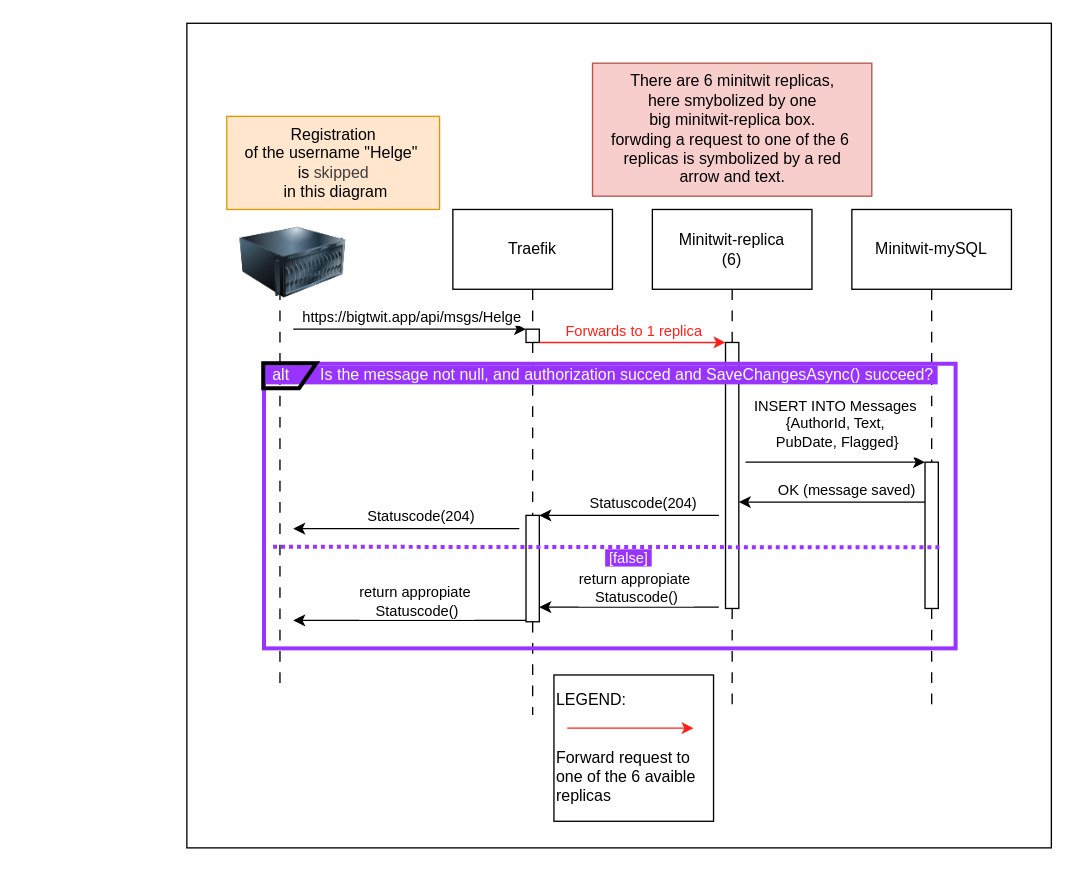
Earlier version of the draw.io diagram report/diagrams/interactions_api.drawio (ITU-DevOps2026/ITU-minitwit). Source tidied: cells renumbered, new cells numbered last; positions are measured from the earlier drawing's top-left corner, leaving out a move shared by most shapes. Both pictures are drawn from the tidied source at 133%, with x=0, y=0 at pixel (186, 23).
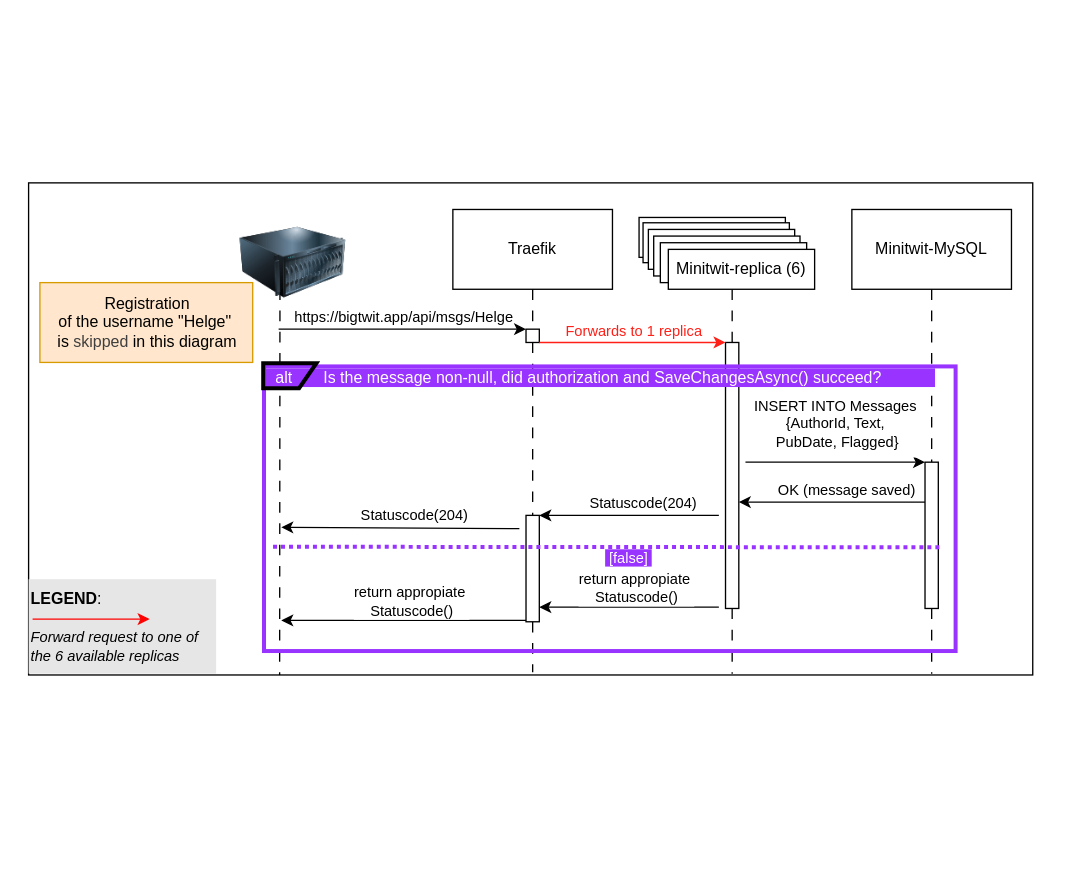
The same diagram, later.

The change refers to these unchanged cells:
```xml
<mxCell id="9" style="rounded=0;whiteSpace=wrap;html=1;" parent="1" vertex="1">
  <mxGeometry x="405" y="240" width="10" height="200" as="geometry" />
</mxCell>
<mxCell id="22" style="rounded=0;whiteSpace=wrap;html=1;" parent="1" vertex="1">
  <mxGeometry x="555" y="330" width="10" height="110" as="geometry" />
</mxCell>
<mxCell id="28" style="rounded=0;whiteSpace=wrap;html=1;" parent="1" vertex="1">
  <mxGeometry x="255" y="370" width="10" height="80" as="geometry" />
</mxCell>
```

Change to the diagram source:
```diff
@@
     <mxCell id="2" style="rounded=0;whiteSpace=wrap;html=1;" parent="1" vertex="1">
-      <mxGeometry width="650" height="620" as="geometry" />
+      <mxGeometry x="-119" y="120" width="755" height="370" as="geometry" />
     </mxCell>
     <mxCell id="3" style="edgeStyle=none;html=1;exitX=0.5;exitY=1;exitDx=0;exitDy=0;dashed=1;dashPattern=8 8;endArrow=none;endFill=0;" parent="1" edge="1" source="28">
       <mxGeometry relative="1" as="geometry">
-        <mxPoint x="260" y="520" as="targetPoint" />
+        <mxPoint x="260" y="488" as="targetPoint" />
       </mxGeometry>
     </mxCell>
-    <mxCell id="4" value="Minitwit-replica&lt;br&gt;(6)" style="rounded=0;whiteSpace=wrap;html=1;" parent="1" vertex="1">
-      <mxGeometry x="350" y="140" width="120" height="60" as="geometry" />
-    </mxCell>
@@
-    <mxCell id="8" style="edgeStyle=none;html=1;exitX=0.5;exitY=1;exitDx=0;exitDy=0;dashed=1;dashPattern=8 8;endArrow=none;endFill=0;" parent="1" edge="1" source="4" target="9">
-      <mxGeometry relative="1" as="geometry" />
+    <mxCell id="8" style="edgeStyle=none;html=1;exitX=0.5;exitY=1;exitDx=0;exitDy=0;dashed=1;dashPattern=8 8;endArrow=none;endFill=0;" parent="1" edge="1" target="9">
+      <mxGeometry relative="1" as="geometry">
+        <mxPoint x="410" y="200" as="sourcePoint" />
+      </mxGeometry>
     </mxCell>
@@
-    <mxCell id="12" value="There are 6 minitwit replicas,&lt;div&gt;&amp;nbsp;here smybolized by one&amp;nbsp;&lt;/div&gt;&lt;div&gt;big minitwit-replica box.&lt;/div&gt;&lt;div&gt;forwding a request to one of the 6&amp;nbsp;&lt;/div&gt;&lt;div&gt;replicas is symbolized by a red&lt;/div&gt;&lt;div&gt;arrow and text.&lt;/div&gt;" style="text;html=1;align=center;verticalAlign=middle;strokeColor=#b85450;fillColor=#f8cecc;" parent="1" vertex="1">
-      <mxGeometry x="305" y="30" width="210" height="100" as="geometry" />
-    </mxCell>
-    <mxCell id="13" value="Registration&lt;div&gt;of the username &quot;Helge&quot;&amp;nbsp;&lt;/div&gt;&lt;div&gt;is&amp;nbsp;&lt;span style=&quot;color: rgb(63, 63, 63); background-color: transparent;&quot;&gt;skipped&lt;/span&gt;&lt;/div&gt;&lt;div&gt;&amp;nbsp;in this diagram&lt;/div&gt;" style="text;html=1;align=center;verticalAlign=middle;strokeColor=#d79b00;fillColor=#ffe6cc;" parent="1" vertex="1">
-      <mxGeometry x="30" y="70" width="160" height="70" as="geometry" />
+    <mxCell id="13" value="&lt;font style=&quot;color: rgb(0, 0, 0);&quot;&gt;Registration&lt;/font&gt;&lt;div&gt;&lt;span style=&quot;background-color: transparent;&quot;&gt;&lt;font style=&quot;color: rgb(0, 0, 0);&quot;&gt;of the username &quot;Helge&quot;&amp;nbsp;&lt;/font&gt;&lt;/span&gt;&lt;div&gt;&lt;font style=&quot;color: rgb(0, 0, 0);&quot;&gt;is&amp;nbsp;&lt;span style=&quot;background-color: transparent; color: rgb(63, 63, 63);&quot;&gt;skipped&amp;nbsp;&lt;/span&gt;&lt;span style=&quot;background-color: transparent;&quot;&gt;in this diagram&lt;/span&gt;&lt;/font&gt;&lt;/div&gt;&lt;/div&gt;" style="text;html=1;align=center;verticalAlign=middle;strokeColor=#d79b00;fillColor=#ffe6cc;" parent="1" vertex="1">
+      <mxGeometry x="-110.5" y="195" width="160" height="60" as="geometry" />
     </mxCell>
-    <mxCell id="14" value="Minitwit-mySQL" style="rounded=0;whiteSpace=wrap;html=1;" parent="1" vertex="1">
+    <mxCell id="14" value="Minitwit-MySQL" style="rounded=0;whiteSpace=wrap;html=1;" parent="1" vertex="1">
       <mxGeometry x="500" y="140" width="120" height="60" as="geometry" />
     </mxCell>
     <mxCell id="15" style="edgeStyle=none;html=1;exitX=0.5;exitY=1;exitDx=0;exitDy=0;dashed=1;dashPattern=8 8;endArrow=none;endFill=0;" parent="1" edge="1" source="22">
       <mxGeometry relative="1" as="geometry">
-        <mxPoint x="560" y="520" as="targetPoint" />
+        <mxPoint x="560" y="489" as="targetPoint" />
       </mxGeometry>
     </mxCell>
     <mxCell id="16" style="endArrow=classic;html=1;entryX=0;entryY=0;entryDx=0;entryDy=0;" parent="1" edge="1">
       <mxGeometry relative="1" as="geometry">
-        <mxPoint x="80" y="230" as="sourcePoint" />
+        <mxPoint x="69" y="230" as="sourcePoint" />
         <mxPoint x="255" y="230" as="targetPoint" />
       </mxGeometry>
     </mxCell>
@@
     <mxCell id="18" style="edgeStyle=none;html=1;exitX=0.5;exitY=1;exitDx=0;exitDy=0;dashed=1;dashPattern=8 8;endArrow=none;endFill=0;" parent="1" edge="1" source="9">
       <mxGeometry relative="1" as="geometry">
-        <mxPoint x="410" y="520" as="targetPoint" />
+        <mxPoint x="410" y="489" as="targetPoint" />
       </mxGeometry>
     </mxCell>
-    <mxCell id="19" value="LEGEND:&lt;div&gt;&lt;font color=&quot;#000000&quot;&gt;&lt;br&gt;&lt;/font&gt;&lt;/div&gt;&lt;div&gt;&lt;font color=&quot;#000000&quot;&gt;&lt;br&gt;&lt;/font&gt;&lt;div&gt;Forward request to one of the 6 avaible replicas&lt;/div&gt;&lt;/div&gt;" style="rounded=0;whiteSpace=wrap;html=1;align=left;" parent="1" vertex="1">
-      <mxGeometry x="276" y="490" width="120" height="110" as="geometry" />
-    </mxCell>
-    <mxCell id="20" style="endArrow=classic;html=1;exitX=1;exitY=1;exitDx=0;exitDy=0;strokeColor=#FF2018;" parent="1" edge="1">
-      <mxGeometry relative="1" as="geometry">
-        <mxPoint x="286" y="530" as="sourcePoint" />
-        <mxPoint x="381" y="530" as="targetPoint" />
-      </mxGeometry>
-    </mxCell>
@@
-    <mxCell id="29" style="edgeStyle=none;html=1;dashed=1;endArrow=none;endFill=0;dashPattern=8 8;exitX=0.5;exitY=1;exitDx=0;exitDy=0;" parent="1" edge="1">
+    <mxCell id="29" style="edgeStyle=none;html=1;dashed=1;endArrow=none;endFill=0;dashPattern=8 8;exitX=0.5;exitY=1;exitDx=0;exitDy=0;entryX=0.25;entryY=1;entryDx=0;entryDy=0;" parent="1" edge="1" target="2">
       <mxGeometry relative="1" as="geometry">
         <mxPoint x="70" y="200" as="sourcePoint" />
-        <mxPoint x="70" y="500" as="targetPoint" />
       </mxGeometry>
     </mxCell>
@@
     <mxCell id="33" style="endArrow=classic;html=1;" parent="1" edge="1">
       <mxGeometry relative="1" as="geometry">
         <mxPoint x="250" y="380" as="sourcePoint" />
-        <mxPoint x="80" y="380" as="targetPoint" />
+        <mxPoint x="71" y="379" as="targetPoint" />
       </mxGeometry>
     </mxCell>
@@
     <mxCell id="37" style="endArrow=classic;html=1;" parent="1" edge="1">
       <mxGeometry relative="1" as="geometry">
         <mxPoint x="255" y="449" as="sourcePoint" />
-        <mxPoint x="80" y="449" as="targetPoint" />
+        <mxPoint x="71" y="449" as="targetPoint" />
       </mxGeometry>
     </mxCell>
@@
-    <mxCell id="39" value="&lt;span style=&quot;&quot;&gt;&lt;font style=&quot;color: rgb(255, 255, 255);&quot;&gt;&amp;nbsp; alt&amp;nbsp; &amp;nbsp; &amp;nbsp; &amp;nbsp;Is the message not null, and authorization succed and&amp;nbsp;SaveChangesAsync() succeed?&amp;nbsp;&lt;/font&gt;&lt;/span&gt;" style="rounded=0;whiteSpace=wrap;html=1;fillColor=none;strokeColor=#9933FF;labelBackgroundColor=light-dark(#9933FF,#A95100);labelBorderColor=none;spacingTop=0;spacing=-16;spacingLeft=-13;labelPosition=center;verticalLabelPosition=top;align=center;verticalAlign=bottom;spacingRight=0;strokeWidth=3;" parent="1" vertex="1">
-      <mxGeometry x="58" y="256" width="520" height="214" as="geometry" />
+    <mxCell id="39" value="&lt;span style=&quot;&quot;&gt;&lt;font style=&quot;color: rgb(255, 255, 255);&quot;&gt;&amp;nbsp; alt&amp;nbsp; &amp;nbsp; &amp;nbsp; &amp;nbsp;Is the message non-null, did authorization and&amp;nbsp;SaveChangesAsync() succeed?&amp;nbsp; &amp;nbsp; &amp;nbsp; &amp;nbsp; &amp;nbsp; &amp;nbsp;&amp;nbsp;&lt;/font&gt;&lt;/span&gt;" style="rounded=0;whiteSpace=wrap;html=1;fillColor=none;strokeColor=#9933FF;labelBackgroundColor=light-dark(#9933FF,#A95100);labelBorderColor=none;spacingTop=0;spacing=-16;spacingLeft=-13;labelPosition=center;verticalLabelPosition=top;align=center;verticalAlign=bottom;spacingRight=0;strokeWidth=3;" parent="1" vertex="1">
+      <mxGeometry x="58" y="258" width="520" height="214" as="geometry" />
     </mxCell>
@@
+    <mxCell id="43" style="rounded=0;whiteSpace=wrap;html=1;" parent="1" vertex="1">
+      <mxGeometry x="340" y="146" width="110" height="30" as="geometry" />
+    </mxCell>
+    <mxCell id="44" style="rounded=0;whiteSpace=wrap;html=1;" parent="1" vertex="1">
+      <mxGeometry x="343" y="150" width="110" height="30" as="geometry" />
+    </mxCell>
+    <mxCell id="45" style="rounded=0;whiteSpace=wrap;html=1;" parent="1" vertex="1">
+      <mxGeometry x="347" y="155" width="110" height="30" as="geometry" />
+    </mxCell>
+    <mxCell id="46" style="rounded=0;whiteSpace=wrap;html=1;" parent="1" vertex="1">
+      <mxGeometry x="351" y="160" width="110" height="30" as="geometry" />
+    </mxCell>
+    <mxCell id="47" style="rounded=0;whiteSpace=wrap;html=1;" parent="1" vertex="1">
+      <mxGeometry x="356" y="165" width="110" height="30" as="geometry" />
+    </mxCell>
+    <mxCell id="4" value="Minitwit-replica (6)" style="rounded=0;whiteSpace=wrap;html=1;" parent="1" vertex="1">
+      <mxGeometry x="362" y="170" width="110" height="30" as="geometry" />
+    </mxCell>
+    <mxCell id="48" value="&lt;b&gt;&lt;font style=&quot;color: rgb(0, 0, 0);&quot;&gt;LEGEND&lt;/font&gt;&lt;/b&gt;:&lt;div&gt;&lt;br&gt;&lt;/div&gt;&lt;div&gt;&lt;div&gt;&lt;i&gt;&lt;font style=&quot;font-size: 11px;&quot;&gt;Forward request to one of the 6 available replicas&lt;/font&gt;&lt;/i&gt;&lt;/div&gt;&lt;/div&gt;" style="rounded=0;whiteSpace=wrap;html=1;align=left;strokeColor=none;fillColor=#E6E6E6;" parent="1" vertex="1">
+      <mxGeometry x="-119" y="418" width="141" height="71" as="geometry" />
+    </mxCell>
+    <mxCell id="49" style="endArrow=classic;html=1;strokeColor=#FF0000;" parent="1" edge="1">
+      <mxGeometry relative="1" as="geometry">
+        <mxPoint x="-116" y="448" as="sourcePoint" />
+        <mxPoint x="-28" y="448" as="targetPoint" />
+      </mxGeometry>
+    </mxCell>
```
